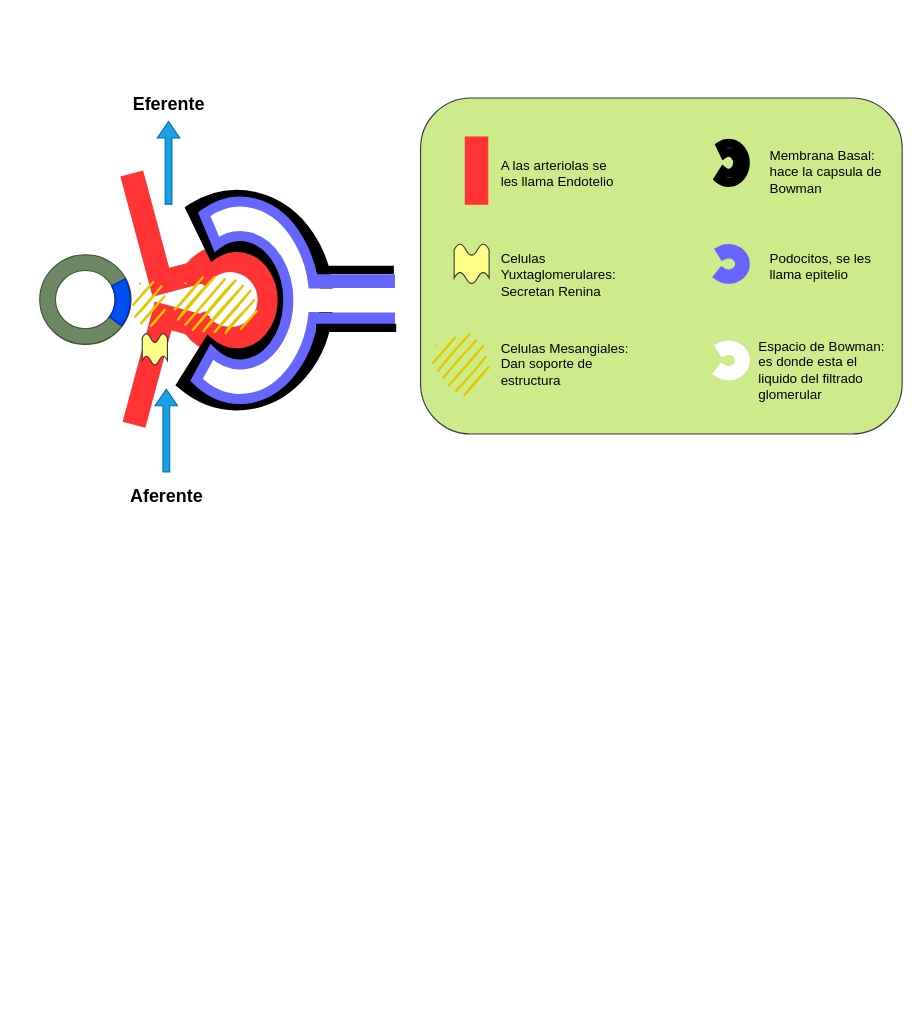
Before: Nefro.drawio in Santicabal/Apuntes, a draw.io diagram. Source tidied: cells renumbered, new cells numbered last; positions are measured from the earlier drawing's top-left corner, leaving out a move shared by most shapes. Both pictures are drawn from the tidied source at 112%, with x=0, y=0 at pixel (39, 86).
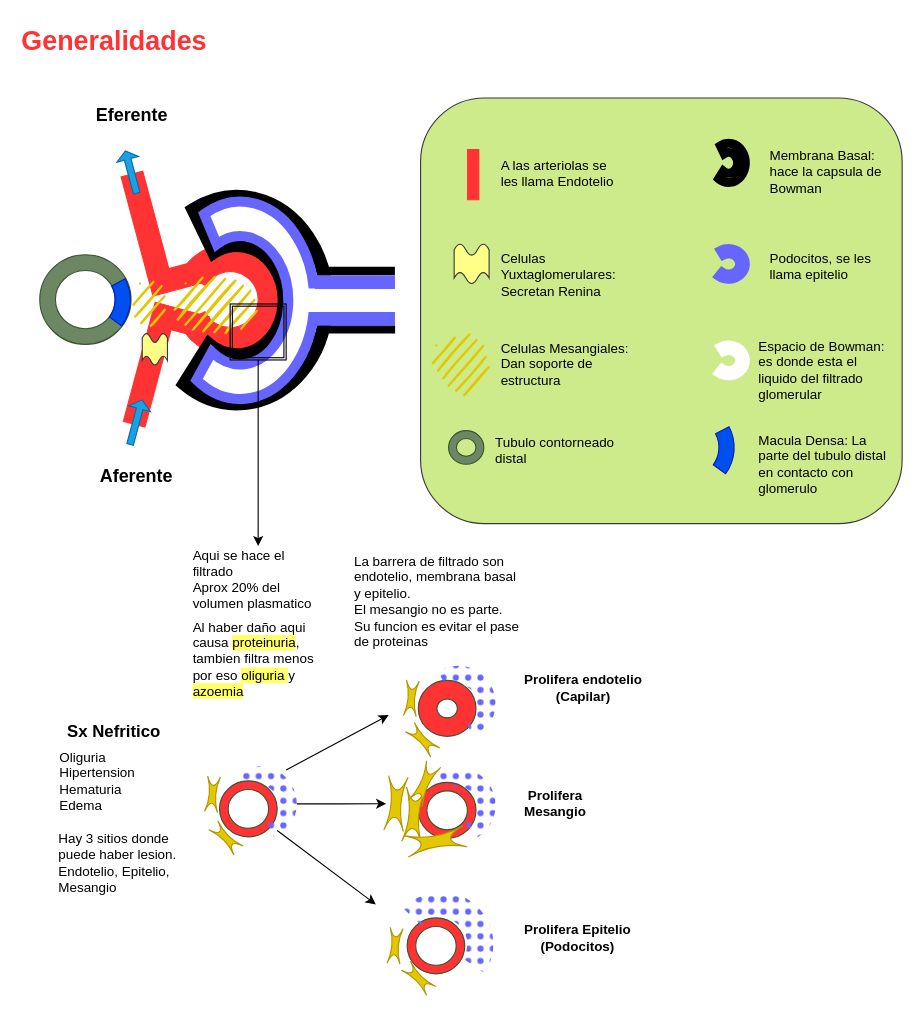
The same diagram, later.

What changed in the source:
```diff
@@
     <mxCell id="2" style="rounded=1;whiteSpace=wrap;html=1;fillColor=#cdeb8b;strokeColor=#36393d;" parent="1" vertex="1">
-      <mxGeometry x="340" y="10" width="430" height="300" as="geometry" />
+      <mxGeometry x="340" y="10" width="430" height="380" as="geometry" />
     </mxCell>
@@
-    <mxCell id="7" style="shape=singleArrow;direction=north;whiteSpace=wrap;html=1;fillColor=#1ba1e2;fontColor=#ffffff;strokeColor=#006EAF;" parent="1" vertex="1">
-      <mxGeometry x="103" y="270" width="20" height="73.8" as="geometry" />
+    <mxCell id="7" style="shape=singleArrow;direction=north;whiteSpace=wrap;html=1;fillColor=#1ba1e2;fontColor=#ffffff;strokeColor=#006EAF;rotation=15;" parent="1" vertex="1">
+      <mxGeometry x="76" y="278.8" width="20" height="41.2" as="geometry" />
     </mxCell>
-    <mxCell id="8" style="shape=singleArrow;direction=north;whiteSpace=wrap;html=1;fillColor=#1ba1e2;fontColor=#ffffff;strokeColor=#006EAF;" parent="1" vertex="1">
-      <mxGeometry x="105" y="31" width="20" height="73.8" as="geometry" />
+    <mxCell id="8" style="shape=singleArrow;direction=north;whiteSpace=wrap;html=1;fillColor=#1ba1e2;fontColor=#ffffff;strokeColor=#006EAF;rotation=-15;" parent="1" vertex="1">
+      <mxGeometry x="71.5" y="56.6" width="20" height="39" as="geometry" />
     </mxCell>
     <mxCell id="9" value="Aferente" style="text;html=1;align=center;verticalAlign=middle;strokeColor=none;fillColor=none;fontSize=16;fontStyle=1;" parent="1" vertex="1">
-      <mxGeometry x="67.8" y="350" width="90" height="30" as="geometry" />
+      <mxGeometry x="41" y="332" width="90" height="30" as="geometry" />
     </mxCell>
     <mxCell id="10" value="Eferente" style="text;html=1;align=center;verticalAlign=middle;strokeColor=none;fillColor=none;fontSize=16;fontStyle=1;" parent="1" vertex="1">
-      <mxGeometry x="70" width="90" height="30" as="geometry" />
+      <mxGeometry x="36.5" y="10" width="90" height="30" as="geometry" />
     </mxCell>
@@
     <mxCell id="15" style="shape=corner;whiteSpace=wrap;html=1;dx=20;dy=20;direction=north;fillColor=#FF3333;fontColor=#000000;strokeColor=#FF3333;" parent="1" vertex="1">
-      <mxGeometry x="380" y="44.8" width="20" height="60" as="geometry" />
+      <mxGeometry x="382" y="56" width="10" height="44.8" as="geometry" />
     </mxCell>
@@
     <mxCell id="27" style="shape=corner;whiteSpace=wrap;html=1;dx=20;dy=20;direction=north;rotation=90;strokeColor=#6666FF;fillColor=#6666FF;" parent="1" vertex="1">
-      <mxGeometry x="275.7" y="138.3" width="11.3" height="70.6" as="geometry" />
+      <mxGeometry x="275.7" y="139" width="11.3" height="70.6" as="geometry" />
     </mxCell>
     <mxCell id="28" style="shape=corner;whiteSpace=wrap;html=1;dx=20;dy=20;direction=north;rotation=90;strokeColor=#6666FF;fillColor=#6666FF;" parent="1" vertex="1">
-      <mxGeometry x="275.7" y="172.3" width="11.3" height="70.6" as="geometry" />
+      <mxGeometry x="275.7" y="172" width="11.3" height="70.6" as="geometry" />
     </mxCell>
     <mxCell id="29" style="shape=corner;whiteSpace=wrap;html=1;dx=20;dy=20;direction=north;rotation=90;strokeColor=#000000;fillColor=#000000;" parent="1" vertex="1">
-      <mxGeometry x="283.1" y="134.1" width="6.3" height="58.8" as="geometry" />
+      <mxGeometry x="284" y="135" width="6.3" height="58.8" as="geometry" />
     </mxCell>
     <mxCell id="30" style="shape=corner;whiteSpace=wrap;html=1;dx=20;dy=20;direction=north;rotation=90;strokeColor=#000000;fillColor=#000000;" parent="1" vertex="1">
-      <mxGeometry x="279.3" y="180" width="6.3" height="70.6" as="geometry" />
+      <mxGeometry x="280.3" y="183.3" width="6" height="67" as="geometry" />
     </mxCell>
@@
+    <mxCell id="34" style="verticalLabelPosition=bottom;verticalAlign=top;html=1;shape=mxgraph.basic.donut;dx=7;fillColor=#6d8764;fontColor=#ffffff;strokeColor=#3A5431;" parent="1" vertex="1">
+      <mxGeometry x="365" y="307" width="31.5" height="30" as="geometry" />
+    </mxCell>
+    <mxCell id="35" value="Tubulo contorneado distal&lt;div&gt;&lt;/div&gt;" style="rounded=0;whiteSpace=wrap;html=1;align=left;verticalAlign=top;strokeColor=none;fillColor=none;" parent="1" vertex="1">
+      <mxGeometry x="405" y="303.8" width="120" height="40" as="geometry" />
+    </mxCell>
+    <mxCell id="36" style="verticalLabelPosition=bottom;verticalAlign=top;html=1;shape=mxgraph.basic.partConcEllipse;startAngle=0.9232747917136791;endAngle=0.1;arcWidth=0.34;direction=south;fillColor=#0050ef;strokeColor=#001DBC;fontColor=#ffffff;" parent="1" vertex="1">
+      <mxGeometry x="540" y="282" width="80" height="80" as="geometry" />
+    </mxCell>
+    <mxCell id="37" value="Macula Densa: La parte del tubulo distal en contacto con glomerulo" style="rounded=0;whiteSpace=wrap;html=1;align=left;verticalAlign=top;strokeColor=none;fillColor=none;" parent="1" vertex="1">
+      <mxGeometry x="640" y="302" width="120" height="40" as="geometry" />
+    </mxCell>
+    <mxCell id="38" value="Generalidades" style="text;strokeColor=none;fillColor=none;html=1;fontSize=24;fontStyle=1;verticalAlign=middle;align=left;fontColor=#FF3333;" parent="1" vertex="1">
+      <mxGeometry x="-18" y="-60" width="100" height="40" as="geometry" />
+    </mxCell>
+    <mxCell id="39" style="edgeStyle=orthogonalEdgeStyle;rounded=0;jettySize=auto;html=1;entryX=0.5;entryY=0;entryDx=0;entryDy=0;" parent="1" edge="1" source="40" target="41">
+      <mxGeometry relative="1" as="geometry">
+        <Array as="points">
+          <mxPoint x="195" y="400" />
+        </Array>
+      </mxGeometry>
+    </mxCell>
+    <mxCell id="40" style="shape=ext;double=1;whiteSpace=wrap;html=1;fillColor=none;strokeColor=#000000;" parent="1" vertex="1">
+      <mxGeometry x="170" y="193.9" width="50" height="50" as="geometry" />
+    </mxCell>
+    <mxCell id="41" value="Aqui se hace el filtrado&lt;br&gt;Aprox 20% del volumen plasmatico" style="rounded=1;whiteSpace=wrap;html=1;align=left;strokeColor=none;" parent="1" vertex="1">
+      <mxGeometry x="135" y="410" width="120" height="60" as="geometry" />
+    </mxCell>
+    <mxCell id="42" value="Oliguria&lt;br&gt;Hipertension&lt;br&gt;Hematuria&lt;br&gt;Edema" style="rounded=1;whiteSpace=wrap;html=1;align=left;strokeColor=none;" parent="1" vertex="1">
+      <mxGeometry x="16.1" y="589.8" width="120" height="60" as="geometry" />
+    </mxCell>
+    <mxCell id="43" value="Al haber daño aqui causa &lt;span style=&quot;background-color: rgb(255, 255, 102);&quot;&gt;proteinuria&lt;/span&gt;, tambien filtra menos por eso &lt;span style=&quot;background-color: rgb(255, 255, 102);&quot;&gt;oliguria &lt;/span&gt;y &lt;span style=&quot;background-color: rgb(255, 255, 102);&quot;&gt;azoemia&lt;/span&gt;" style="rounded=1;whiteSpace=wrap;html=1;align=left;strokeColor=none;" parent="1" vertex="1">
+      <mxGeometry x="135" y="481" width="120" height="60" as="geometry" />
+    </mxCell>
+    <mxCell id="44" style="rounded=0;orthogonalLoop=1;jettySize=auto;html=1;" parent="1" edge="1">
+      <mxGeometry relative="1" as="geometry">
+        <mxPoint x="220" y="610" as="sourcePoint" />
+        <mxPoint x="311.5" y="561" as="targetPoint" />
+      </mxGeometry>
+    </mxCell>
+    <mxCell id="45" style="rounded=0;jettySize=auto;html=1;" parent="1" edge="1" source="46">
+      <mxGeometry relative="1" as="geometry">
+        <mxPoint x="300" y="730" as="targetPoint" />
+      </mxGeometry>
+    </mxCell>
+    <mxCell id="46" style="verticalLabelPosition=bottom;verticalAlign=top;html=1;shape=mxgraph.basic.donut;dx=7.69;fillColor=#FF3333;fontColor=#ffffff;strokeColor=#3A5431;" parent="1" vertex="1">
+      <mxGeometry x="160.5" y="619.7" width="51.5" height="50" as="geometry" />
+    </mxCell>
+    <mxCell id="47" style="edgeStyle=orthogonalEdgeStyle;rounded=0;jettySize=auto;html=1;" parent="1" edge="1" source="48" target="68">
+      <mxGeometry relative="1" as="geometry" />
+    </mxCell>
+    <mxCell id="48" style="verticalLabelPosition=bottom;verticalAlign=top;html=1;shape=mxgraph.basic.partConcEllipse;dx=7.69;fillColor=#6666FF;fontColor=#ffffff;strokeColor=none;fillStyle=dots;startAngle=0.9075697555976807;endAngle=0.43382149838084605;arcWidth=0.5;" parent="1" vertex="1">
+      <mxGeometry x="162.5" y="606.7" width="67" height="67" as="geometry" />
+    </mxCell>
+    <mxCell id="49" style="verticalLabelPosition=bottom;verticalAlign=top;html=1;shape=mxgraph.basic.donut;dx=7.69;fillColor=#FF3333;fontColor=#ffffff;strokeColor=#3A5431;" parent="1" vertex="1">
+      <mxGeometry x="328" y="742" width="51.5" height="50" as="geometry" />
+    </mxCell>
+    <mxCell id="50" style="verticalLabelPosition=bottom;verticalAlign=top;html=1;shape=mxgraph.basic.partConcEllipse;dx=19.34;fillColor=#6666FF;fontColor=#ffffff;strokeColor=none;fillStyle=dots;startAngle=0.8701785983640878;endAngle=0.3435835209054995;arcWidth=0.5;" parent="1" vertex="1">
+      <mxGeometry x="312" y="719" width="93" height="93" as="geometry" />
+    </mxCell>
+    <mxCell id="51" value="Prolifera endotelio &lt;br&gt;(Capilar)" style="text;html=1;align=center;verticalAlign=middle;strokeColor=none;fillColor=none;fontStyle=1;" parent="1" vertex="1">
+      <mxGeometry x="420" y="517" width="130" height="40" as="geometry" />
+    </mxCell>
+    <mxCell id="52" value="Prolifera Epitelio&lt;br&gt;(Podocitos)" style="text;html=1;align=center;verticalAlign=middle;strokeColor=none;fillColor=none;fontStyle=1;" parent="1" vertex="1">
+      <mxGeometry x="420" y="740" width="120" height="40" as="geometry" />
+    </mxCell>
+    <mxCell id="53" value="Sx Nefritico" style="text;html=1;align=center;verticalAlign=middle;strokeColor=none;fillColor=none;fontStyle=1;fontSize=15;" parent="1" vertex="1">
+      <mxGeometry x="11" y="559.8" width="110" height="30" as="geometry" />
+    </mxCell>
+    <mxCell id="54" value="Hay 3 sitios donde puede haber lesion.&lt;br&gt;Endotelio, Epitelio, Mesangio" style="rounded=1;whiteSpace=wrap;html=1;align=left;strokeColor=none;" parent="1" vertex="1">
+      <mxGeometry x="15" y="663.2" width="120" height="60" as="geometry" />
+    </mxCell>
+    <mxCell id="55" style="shape=switch;whiteSpace=wrap;html=1;rotation=5;fillColor=#e3c800;fontColor=#000000;strokeColor=#B09500;" parent="1" vertex="1">
+      <mxGeometry x="148.5" y="615.7" width="11.5" height="32" as="geometry" />
+    </mxCell>
+    <mxCell id="56" style="shape=switch;whiteSpace=wrap;html=1;rotation=-45;fillColor=#e3c800;fontColor=#000000;strokeColor=#B09500;" parent="1" vertex="1">
+      <mxGeometry x="160.5" y="654.7" width="11.5" height="32" as="geometry" />
+    </mxCell>
+    <mxCell id="57" style="verticalLabelPosition=bottom;verticalAlign=top;html=1;shape=mxgraph.basic.donut;dx=16.59;fillColor=#FF3333;fontColor=#ffffff;strokeColor=#3A5431;" parent="1" vertex="1">
+      <mxGeometry x="338" y="530" width="51.5" height="50" as="geometry" />
+    </mxCell>
+    <mxCell id="58" style="verticalLabelPosition=bottom;verticalAlign=top;html=1;shape=mxgraph.basic.partConcEllipse;dx=7.69;fillColor=#6666FF;fontColor=#ffffff;strokeColor=none;fillStyle=dots;startAngle=0.9075697555976807;endAngle=0.43382149838084605;arcWidth=0.5;" parent="1" vertex="1">
+      <mxGeometry x="340" y="517" width="67" height="67" as="geometry" />
+    </mxCell>
+    <mxCell id="59" style="shape=switch;whiteSpace=wrap;html=1;rotation=5;fillColor=#e3c800;fontColor=#000000;strokeColor=#B09500;" parent="1" vertex="1">
+      <mxGeometry x="326" y="530" width="11.5" height="32" as="geometry" />
+    </mxCell>
+    <mxCell id="60" style="shape=switch;whiteSpace=wrap;html=1;rotation=-45;fillColor=#e3c800;fontColor=#000000;strokeColor=#B09500;" parent="1" vertex="1">
+      <mxGeometry x="336" y="567" width="11.5" height="32" as="geometry" />
+    </mxCell>
+    <mxCell id="61" style="shape=switch;whiteSpace=wrap;html=1;rotation=5;fillColor=#e3c800;fontColor=#000000;strokeColor=#B09500;" parent="1" vertex="1">
+      <mxGeometry x="311.5" y="751" width="11.5" height="32" as="geometry" />
+    </mxCell>
+    <mxCell id="62" style="shape=switch;whiteSpace=wrap;html=1;rotation=-45;fillColor=#e3c800;fontColor=#000000;strokeColor=#B09500;" parent="1" vertex="1">
+      <mxGeometry x="332.5" y="780" width="11.5" height="32" as="geometry" />
+    </mxCell>
+    <mxCell id="63" style="verticalLabelPosition=bottom;verticalAlign=top;html=1;shape=mxgraph.basic.donut;dx=7.69;fillColor=#FF3333;fontColor=#ffffff;strokeColor=#3A5431;" parent="1" vertex="1">
+      <mxGeometry x="338" y="621" width="51.5" height="50" as="geometry" />
+    </mxCell>
+    <mxCell id="64" style="verticalLabelPosition=bottom;verticalAlign=top;html=1;shape=mxgraph.basic.partConcEllipse;dx=7.69;fillColor=#6666FF;fontColor=#ffffff;strokeColor=none;fillStyle=dots;startAngle=0.9075697555976807;endAngle=0.43382149838084605;arcWidth=0.5;" parent="1" vertex="1">
+      <mxGeometry x="340" y="608" width="67" height="67" as="geometry" />
+    </mxCell>
+    <mxCell id="65" style="shape=switch;whiteSpace=wrap;html=1;rotation=5;fillColor=#e3c800;fontColor=#000000;strokeColor=#B09500;" parent="1" vertex="1">
+      <mxGeometry x="325.3" y="625.7" width="17.5" height="48.7" as="geometry" />
+    </mxCell>
+    <mxCell id="66" style="shape=switch;whiteSpace=wrap;html=1;rotation=80;fillColor=#e3c800;fontColor=#000000;strokeColor=#B09500;" parent="1" vertex="1">
+      <mxGeometry x="344" y="646.9" width="19.3" height="53.5" as="geometry" />
+    </mxCell>
+    <mxCell id="67" style="shape=switch;whiteSpace=wrap;html=1;rotation=25;fillColor=#e3c800;fontColor=#000000;strokeColor=#B09500;" parent="1" vertex="1">
+      <mxGeometry x="336.4" y="602.9" width="14" height="39" as="geometry" />
+    </mxCell>
+    <mxCell id="68" style="shape=switch;whiteSpace=wrap;html=1;rotation=5;fillColor=#e3c800;fontColor=#000000;strokeColor=#B09500;" parent="1" vertex="1">
+      <mxGeometry x="309.3" y="615.7" width="17.5" height="48.7" as="geometry" />
+    </mxCell>
+    <mxCell id="69" value="Prolifera &lt;br&gt;Mesangio" style="text;html=1;align=center;verticalAlign=middle;strokeColor=none;fillColor=none;fontStyle=1;" parent="1" vertex="1">
+      <mxGeometry x="420" y="619.7" width="80" height="40" as="geometry" />
+    </mxCell>
+    <mxCell id="70" value="La barrera de filtrado son endotelio, membrana basal y epitelio. &lt;br&gt;El mesangio no es parte.&lt;br&gt;Su funcion es evitar el pase de proteinas" style="rounded=1;whiteSpace=wrap;html=1;align=left;verticalAlign=top;strokeColor=none;" parent="1" vertex="1">
+      <mxGeometry x="278.8" y="410" width="151.2" height="100" as="geometry" />
+    </mxCell>
```
